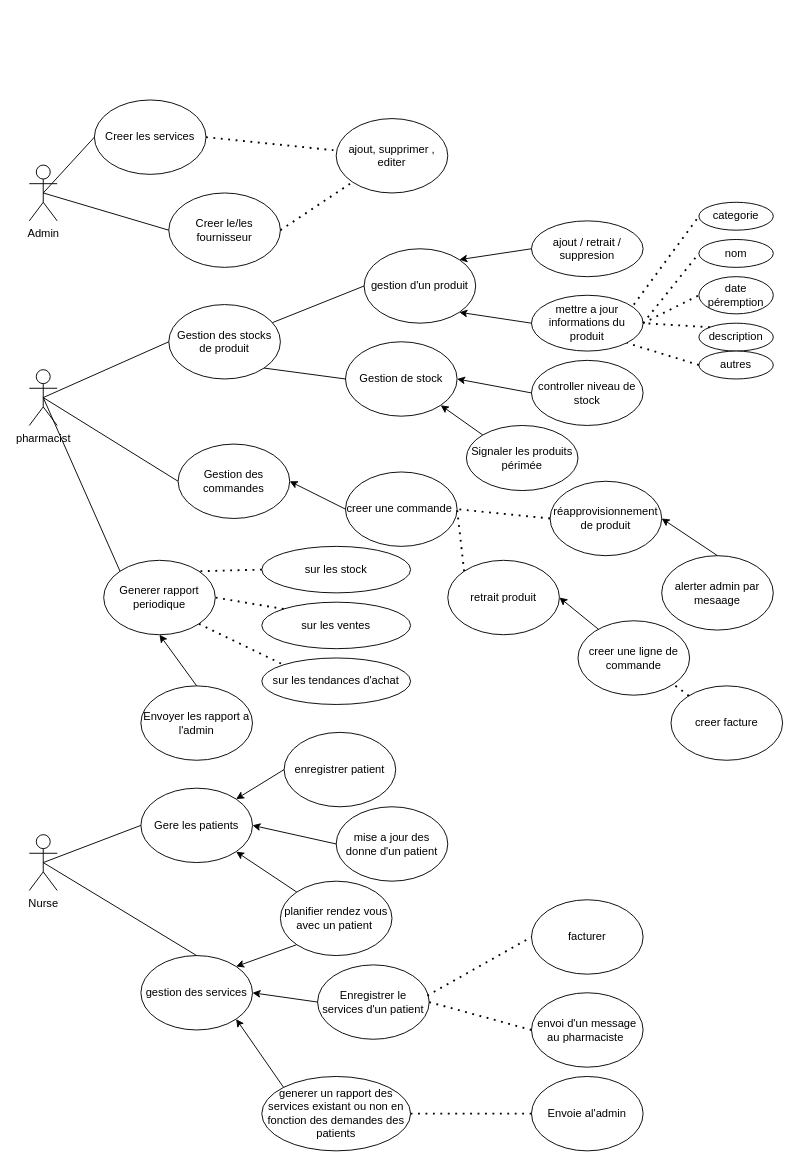
arseneRuben/CinsolManagement keeps this draw.io diagram as page "use case for gestion" (3 of 6) of Untitled Diagram.drawio. Above is the earlier version. Source tidied: cells renumbered, new cells numbered last; positions are measured from the earlier drawing's top-left corner, leaving out a move shared by most shapes. Both pictures are drawn from the tidied source at 93%, with x=0, y=0 at pixel (29, 100).
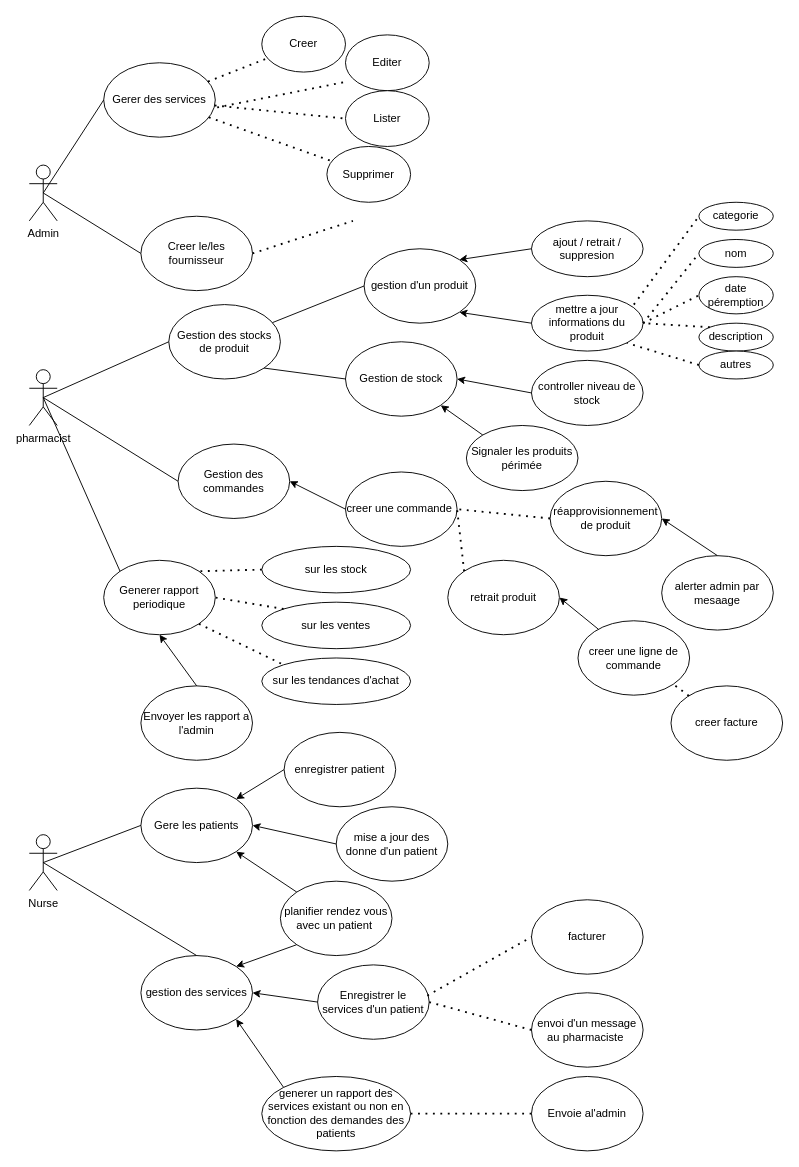
The same page after the edit.

What changed in the source:
```diff
@@
-    <mxCell id="3" value="Creer les services" style="ellipse;whiteSpace=wrap;html=1;" parent="1" vertex="1">
-      <mxGeometry x="70" width="120" height="80" as="geometry" />
+    <mxCell id="3" value="Gerer des services" style="ellipse;whiteSpace=wrap;html=1;" parent="1" vertex="1">
+      <mxGeometry x="80" y="-40" width="120" height="80" as="geometry" />
     </mxCell>
@@
     <mxCell id="5" value="Creer le/les fournisseur" style="ellipse;whiteSpace=wrap;html=1;" parent="1" vertex="1">
-      <mxGeometry x="150" y="100" width="120" height="80" as="geometry" />
+      <mxGeometry x="120" y="125" width="120" height="80" as="geometry" />
     </mxCell>
@@
-    <mxCell id="66" value="ajout, supprimer , editer" style="ellipse;whiteSpace=wrap;html=1;" parent="1" vertex="1">
-      <mxGeometry x="330" y="20" width="120" height="80" as="geometry" />
-    </mxCell>
-    <mxCell id="67" style="endArrow=none;dashed=1;html=1;dashPattern=1 3;strokeWidth=2;rounded=0;exitX=1;exitY=0.5;exitDx=0;exitDy=0;entryX=-0.025;entryY=0.425;entryDx=0;entryDy=0;entryPerimeter=0;" parent="1" edge="1" source="3" target="66">
+    <mxCell id="67" style="endArrow=none;dashed=1;html=1;dashPattern=1 3;strokeWidth=2;rounded=0;" parent="1" edge="1" source="3" target="82">
       <mxGeometry relative="1" as="geometry" />
     </mxCell>
-    <mxCell id="68" style="endArrow=none;dashed=1;html=1;dashPattern=1 3;strokeWidth=2;rounded=0;exitX=1;exitY=0.5;exitDx=0;exitDy=0;entryX=0;entryY=1;entryDx=0;entryDy=0;" parent="1" edge="1" source="5" target="66">
-      <mxGeometry relative="1" as="geometry" />
+    <mxCell id="68" style="endArrow=none;dashed=1;html=1;dashPattern=1 3;strokeWidth=2;rounded=0;exitX=1;exitY=0.5;exitDx=0;exitDy=0;" parent="1" edge="1" source="5">
+      <mxGeometry relative="1" as="geometry">
+        <mxPoint x="348" y="130" as="targetPoint" />
+      </mxGeometry>
     </mxCell>
@@
+    <mxCell id="82" value="Creer" style="ellipse;whiteSpace=wrap;html=1;" parent="1" vertex="1">
+      <mxGeometry x="250" y="-90" width="90" height="60" as="geometry" />
+    </mxCell>
+    <mxCell id="83" value="Editer" style="ellipse;whiteSpace=wrap;html=1;" parent="1" vertex="1">
+      <mxGeometry x="340" y="-70" width="90" height="60" as="geometry" />
+    </mxCell>
+    <mxCell id="84" style="endArrow=none;dashed=1;html=1;dashPattern=1 3;strokeWidth=2;rounded=0;exitX=1.017;exitY=0.6;exitDx=0;exitDy=0;exitPerimeter=0;entryX=0.033;entryY=0.833;entryDx=0;entryDy=0;entryPerimeter=0;" parent="1" edge="1" source="3" target="83">
+      <mxGeometry relative="1" as="geometry" />
+    </mxCell>
+    <mxCell id="85" value="Lister" style="ellipse;whiteSpace=wrap;html=1;" parent="1" vertex="1">
+      <mxGeometry x="340" y="-10" width="90" height="60" as="geometry" />
+    </mxCell>
+    <mxCell id="86" style="endArrow=none;dashed=1;html=1;dashPattern=1 3;strokeWidth=2;rounded=0;entryX=0;entryY=0.5;entryDx=0;entryDy=0;" parent="1" edge="1" source="3" target="85">
+      <mxGeometry relative="1" as="geometry" />
+    </mxCell>
+    <mxCell id="87" style="endArrow=none;dashed=1;html=1;dashPattern=1 3;strokeWidth=2;rounded=0;" parent="1" edge="1" source="3" target="88">
+      <mxGeometry relative="1" as="geometry" />
+    </mxCell>
+    <mxCell id="88" value="Supprimer" style="ellipse;whiteSpace=wrap;html=1;" parent="1" vertex="1">
+      <mxGeometry x="320" y="50" width="90" height="60" as="geometry" />
+    </mxCell>
```
